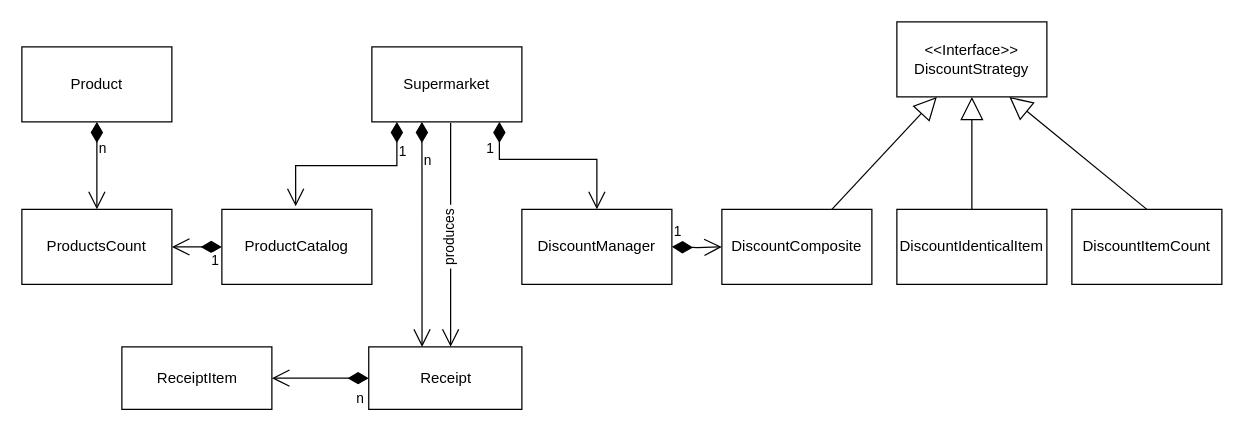
Above: SupermarketCheckout/UML/ClassDiagram.drawio in RyanSultanem/SupermarketCheckout (draw.io), before the change. Source tidied: cells renumbered, new cells numbered last; positions are measured from the earlier drawing's top-left corner, leaving out a move shared by most shapes. Both pictures are drawn from the tidied source at 125%, with x=0, y=0 at pixel (21, 21).
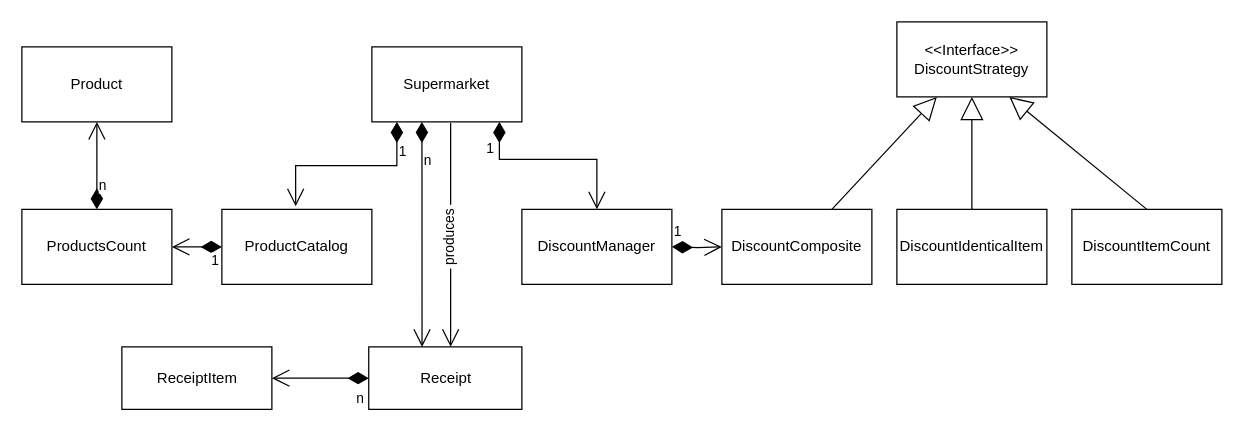
Above is the later version.

The change refers to these unchanged cells:
```xml
<mxCell id="7" value="Product" style="rounded=0;whiteSpace=wrap;html=1;" parent="1" vertex="1">
  <mxGeometry y="20" width="120" height="60" as="geometry" />
</mxCell>
<mxCell id="8" value="ProductsCount" style="rounded=0;whiteSpace=wrap;html=1;" parent="1" vertex="1">
  <mxGeometry y="150" width="120" height="60" as="geometry" />
</mxCell>
```

What changed in the source:
```diff
@@
-    <mxCell id="9" value="n" style="endArrow=open;html=1;endSize=12;startArrow=diamondThin;startSize=14;startFill=1;edgeStyle=orthogonalEdgeStyle;align=left;verticalAlign=bottom;rounded=0;exitX=0.5;exitY=1;exitDx=0;exitDy=0;entryX=0.5;entryY=0;entryDx=0;entryDy=0;" parent="1" edge="1" source="7" target="8">
-      <mxGeometry x="-0.14" relative="1" as="geometry" />
+    <mxCell id="9" value="n" style="endArrow=open;html=1;endSize=12;startArrow=diamondThin;startSize=14;startFill=1;edgeStyle=orthogonalEdgeStyle;align=left;verticalAlign=bottom;rounded=0;entryX=0.5;entryY=1;entryDx=0;entryDy=0;exitX=0.5;exitY=0;exitDx=0;exitDy=0;" parent="1" edge="1" source="8" target="7">
+      <mxGeometry x="-0.71" relative="1" as="geometry" />
     </mxCell>
```
